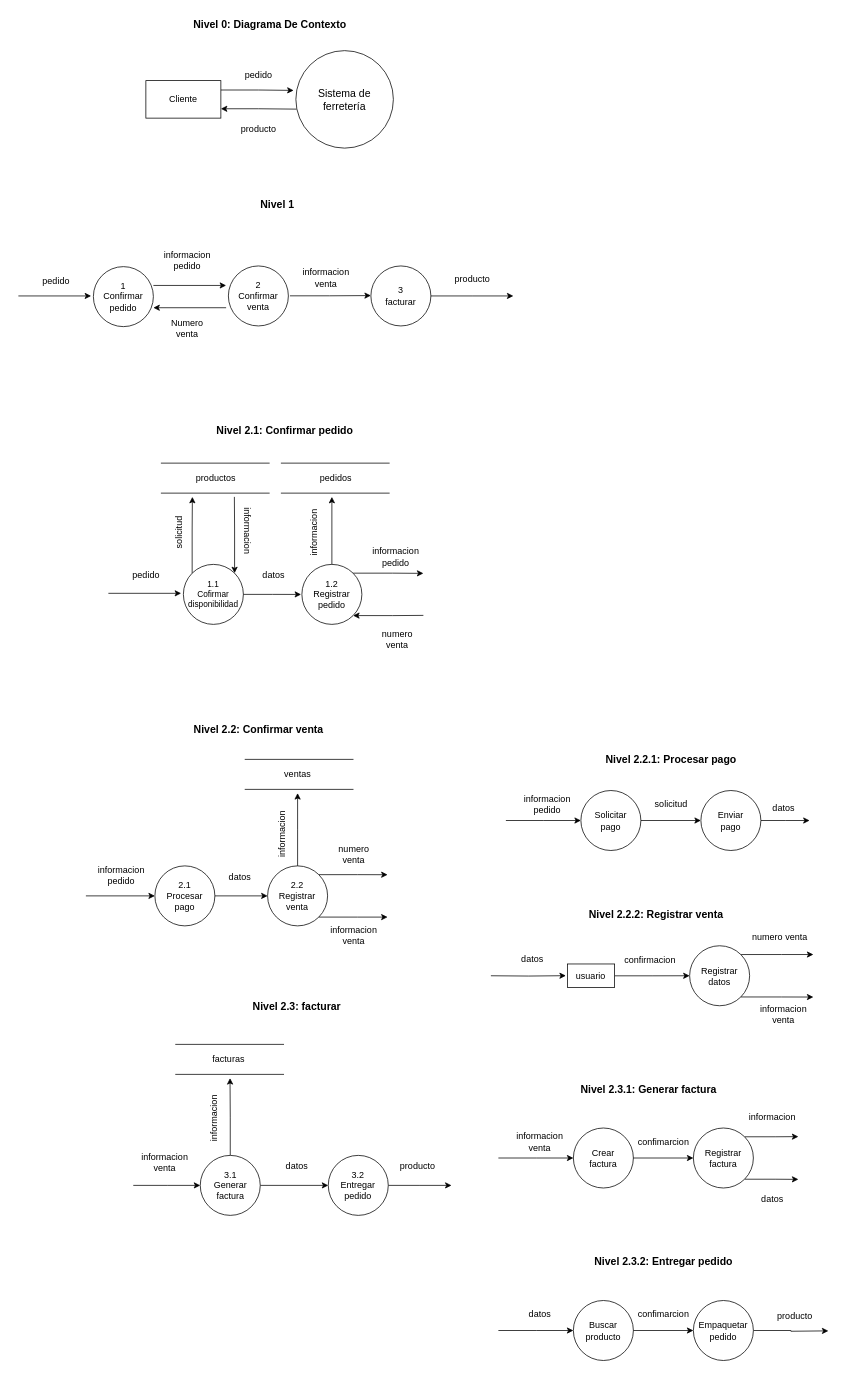
Above: page "Diagrama de flujo de datos DFD" (4 of 4) of ferreteria - universidad.drawio in AlbanyNVRodriguez/draw---diagrams (draw.io), before the change. Source tidied: cells renumbered, new cells numbered last; positions are measured from the earlier drawing's top-left corner, leaving out a move shared by most shapes. Both pictures are drawn from the tidied source at 75%, with x=0, y=0 at pixel (18, 13).
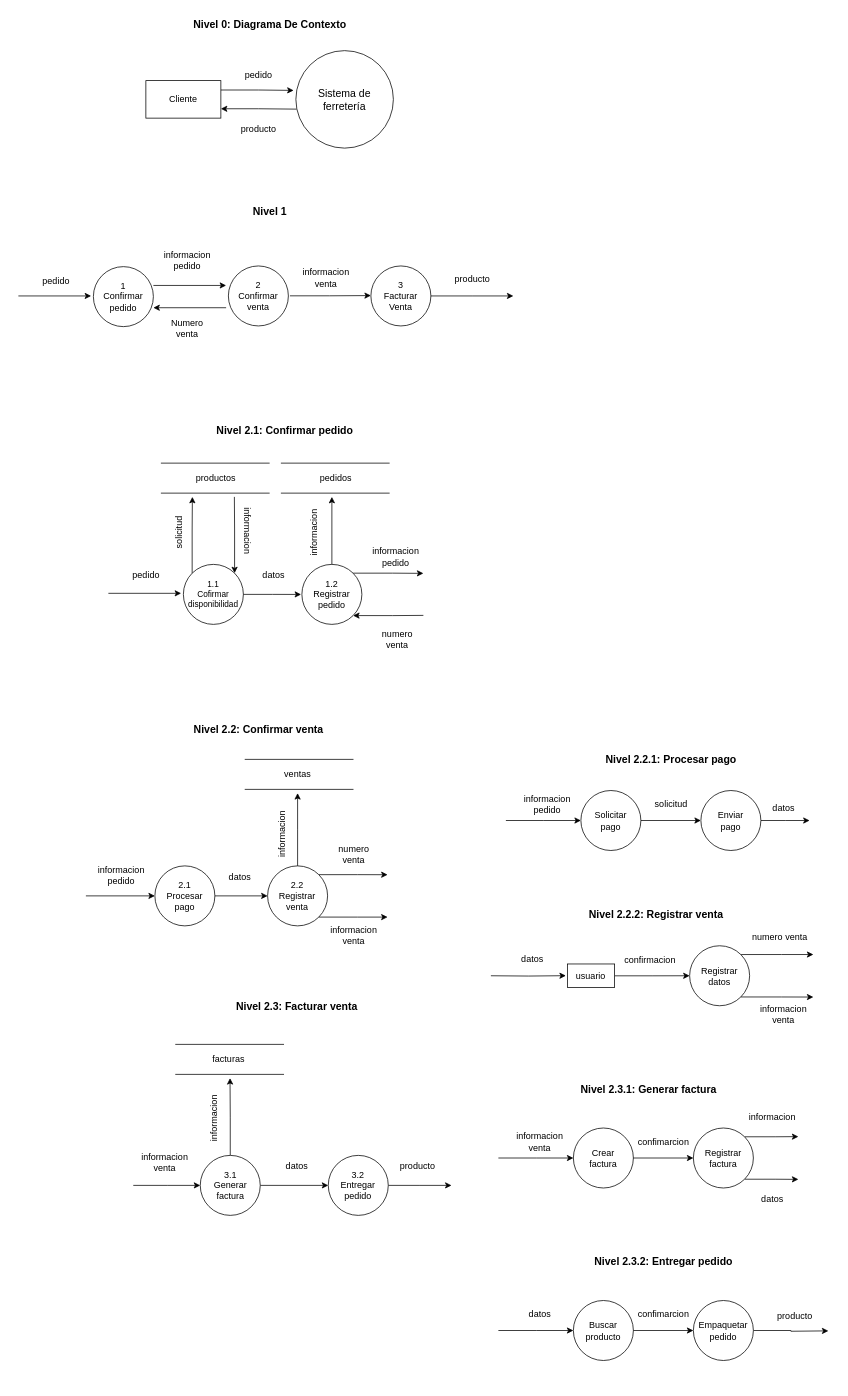
The same diagram, later.

Unchanged cells that the change refers to:
```xml
<mxCell id="29" style="group;" parent="1" vertex="1">
  <mxGeometry y="240" width="660" height="200" as="geometry" />
</mxCell>
<mxCell id="71" style="group;" parent="1" vertex="1">
  <mxGeometry x="150" y="1310" width="427.5" height="293" as="geometry" />
</mxCell>
```

The edit, as a diff of the source:
```diff
@@
     <mxCell id="30" value="Nivel 1" style="text;html=1;align=center;verticalAlign=middle;strokeColor=none;fillColor=none;fontStyle=1;fontSize=14;" parent="29" vertex="1">
-      <mxGeometry x="310" width="70" height="30" as="geometry" />
+      <mxGeometry x="300" y="10" width="70" height="30" as="geometry" />
     </mxCell>
@@
-    <mxCell id="43" value="&lt;div&gt;3&lt;/div&gt;facturar" style="ellipse;whiteSpace=wrap;html=1;" parent="29" vertex="1">
+    <mxCell id="43" value="&lt;div&gt;3&lt;/div&gt;Facturar&lt;div&gt;Venta&lt;/div&gt;" style="ellipse;whiteSpace=wrap;html=1;" parent="29" vertex="1">
       <mxGeometry x="470" y="97.1" width="80" height="80" as="geometry" />
     </mxCell>
@@
-    <mxCell id="72" value="Nivel 2.3: facturar" style="text;html=1;align=center;verticalAlign=middle;strokeColor=none;fillColor=none;fontStyle=1;fontSize=14;" parent="71" vertex="1">
-      <mxGeometry x="155.5" width="130" height="30" as="geometry" />
+    <mxCell id="72" value="Nivel 2.3: Facturar venta" style="text;html=1;align=center;verticalAlign=middle;strokeColor=none;fillColor=none;fontStyle=1;fontSize=14;" parent="71" vertex="1">
+      <mxGeometry x="130.5" width="180" height="30" as="geometry" />
     </mxCell>
```
